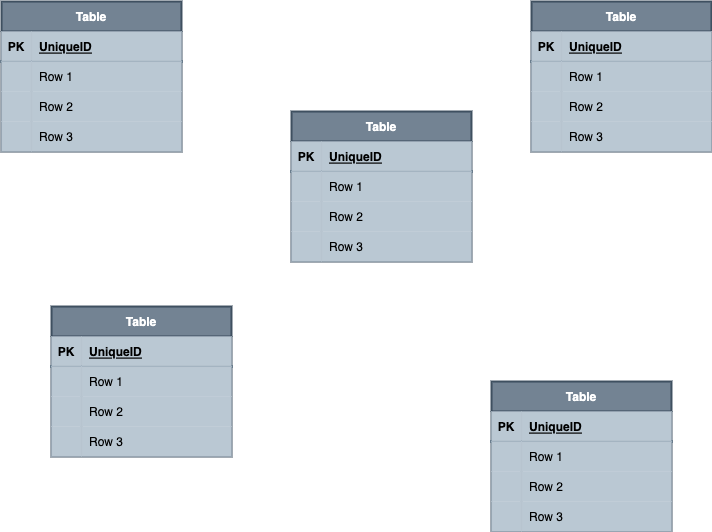
Before: ROTCIN.drawio.png, a diagram exported from draw.io (joyoonsik/ROTCIN_ERD). Source tidied: cells renumbered, new cells last; positions are measured from the earlier drawing's top-left corner, leaving out a move shared by most shapes.
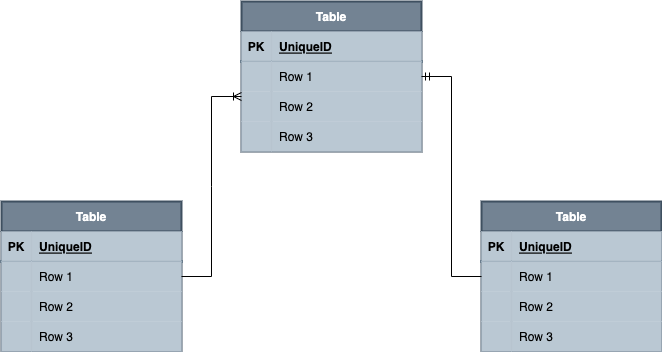
The same diagram one commit later.

Change to the diagram source:
```diff
@@ -41,86 +41,8 @@
     <mxCell id="14" value="Row 3" style="shape=partialRectangle;fillColor=#bac8d3;top=0;left=0;bottom=0;right=0;align=left;spacingLeft=6;overflow=hidden;strokeColor=#23445d;strokeWidth=2;opacity=90;" parent="12" vertex="1">
       <mxGeometry x="30" width="150" height="30" as="geometry" />
     </mxCell>
-    <mxCell id="15" value="Table" style="shape=table;startSize=30;rowLines=0;fontStyle=1;align=center;strokeColor=#314354;strokeWidth=2;fillColor=#647687;opacity=90;fontColor=#ffffff;" parent="1" vertex="1">
-      <mxGeometry width="180" height="150" as="geometry" />
-    </mxCell>
-    <mxCell id="16" style="shape=partialRectangle;fillColor=#bac8d3;top=0;left=0;bottom=1;right=0;strokeColor=#23445d;strokeWidth=2;opacity=90;" parent="15" vertex="1">
-      <mxGeometry y="30" width="180" height="30" as="geometry" />
-    </mxCell>
-    <mxCell id="17" value="PK" style="shape=partialRectangle;fillColor=#bac8d3;top=0;left=0;bottom=0;right=0;fontStyle=1;overflow=hidden;strokeColor=#23445d;strokeWidth=2;opacity=90;" parent="16" vertex="1">
-      <mxGeometry width="30" height="30" as="geometry" />
-    </mxCell>
-    <mxCell id="18" value="UniqueID" style="shape=partialRectangle;fillColor=#bac8d3;top=0;left=0;bottom=0;right=0;align=left;spacingLeft=6;fontStyle=5;overflow=hidden;strokeColor=#23445d;strokeWidth=2;opacity=90;" parent="16" vertex="1">
-      <mxGeometry x="30" width="150" height="30" as="geometry" />
-    </mxCell>
-    <mxCell id="19" style="shape=partialRectangle;fillColor=#bac8d3;top=0;left=0;bottom=0;right=0;strokeColor=#23445d;strokeWidth=2;opacity=90;" parent="15" vertex="1">
-      <mxGeometry y="60" width="180" height="30" as="geometry" />
-    </mxCell>
-    <mxCell id="20" style="shape=partialRectangle;fillColor=#bac8d3;top=0;left=0;bottom=0;right=0;overflow=hidden;strokeColor=#23445d;strokeWidth=2;opacity=90;" parent="19" vertex="1">
-      <mxGeometry width="30" height="30" as="geometry" />
-    </mxCell>
-    <mxCell id="21" value="Row 1" style="shape=partialRectangle;fillColor=#bac8d3;top=0;left=0;bottom=0;right=0;align=left;spacingLeft=6;overflow=hidden;strokeColor=#23445d;strokeWidth=2;opacity=90;" parent="19" vertex="1">
-      <mxGeometry x="30" width="150" height="30" as="geometry" />
-    </mxCell>
-    <mxCell id="22" style="shape=partialRectangle;fillColor=#bac8d3;top=0;left=0;bottom=0;right=0;strokeColor=#23445d;strokeWidth=2;opacity=90;" parent="15" vertex="1">
-      <mxGeometry y="90" width="180" height="30" as="geometry" />
-    </mxCell>
-    <mxCell id="23" style="shape=partialRectangle;fillColor=#bac8d3;top=0;left=0;bottom=0;right=0;overflow=hidden;strokeColor=#23445d;strokeWidth=2;opacity=90;" parent="22" vertex="1">
-      <mxGeometry width="30" height="30" as="geometry" />
-    </mxCell>
-    <mxCell id="24" value="Row 2" style="shape=partialRectangle;fillColor=#bac8d3;top=0;left=0;bottom=0;right=0;align=left;spacingLeft=6;overflow=hidden;strokeColor=#23445d;strokeWidth=2;opacity=90;" parent="22" vertex="1">
-      <mxGeometry x="30" width="150" height="30" as="geometry" />
-    </mxCell>
-    <mxCell id="25" style="shape=partialRectangle;fillColor=#bac8d3;top=0;left=0;bottom=0;right=0;strokeColor=#23445d;strokeWidth=2;opacity=90;" parent="15" vertex="1">
-      <mxGeometry y="120" width="180" height="30" as="geometry" />
-    </mxCell>
-    <mxCell id="26" style="shape=partialRectangle;fillColor=#bac8d3;top=0;left=0;bottom=0;right=0;overflow=hidden;strokeColor=#23445d;strokeWidth=2;opacity=90;" parent="25" vertex="1">
-      <mxGeometry width="30" height="30" as="geometry" />
-    </mxCell>
-    <mxCell id="27" value="Row 3" style="shape=partialRectangle;fillColor=#bac8d3;top=0;left=0;bottom=0;right=0;align=left;spacingLeft=6;overflow=hidden;strokeColor=#23445d;strokeWidth=2;opacity=90;" parent="25" vertex="1">
-      <mxGeometry x="30" width="150" height="30" as="geometry" />
-    </mxCell>
-    <mxCell id="28" value="Table" style="shape=table;startSize=30;rowLines=0;fontStyle=1;align=center;strokeColor=#314354;strokeWidth=2;fillColor=#647687;opacity=90;fontColor=#ffffff;" parent="1" vertex="1">
-      <mxGeometry x="530" width="180" height="150" as="geometry" />
-    </mxCell>
-    <mxCell id="29" style="shape=partialRectangle;fillColor=#bac8d3;top=0;left=0;bottom=1;right=0;strokeColor=#23445d;strokeWidth=2;opacity=90;" parent="28" vertex="1">
-      <mxGeometry y="30" width="180" height="30" as="geometry" />
-    </mxCell>
-    <mxCell id="30" value="PK" style="shape=partialRectangle;fillColor=#bac8d3;top=0;left=0;bottom=0;right=0;fontStyle=1;overflow=hidden;strokeColor=#23445d;strokeWidth=2;opacity=90;" parent="29" vertex="1">
-      <mxGeometry width="30" height="30" as="geometry" />
-    </mxCell>
-    <mxCell id="31" value="UniqueID" style="shape=partialRectangle;fillColor=#bac8d3;top=0;left=0;bottom=0;right=0;align=left;spacingLeft=6;fontStyle=5;overflow=hidden;strokeColor=#23445d;strokeWidth=2;opacity=90;" parent="29" vertex="1">
-      <mxGeometry x="30" width="150" height="30" as="geometry" />
-    </mxCell>
-    <mxCell id="32" style="shape=partialRectangle;fillColor=#bac8d3;top=0;left=0;bottom=0;right=0;strokeColor=#23445d;strokeWidth=2;opacity=90;" parent="28" vertex="1">
-      <mxGeometry y="60" width="180" height="30" as="geometry" />
-    </mxCell>
-    <mxCell id="33" style="shape=partialRectangle;fillColor=#bac8d3;top=0;left=0;bottom=0;right=0;overflow=hidden;strokeColor=#23445d;strokeWidth=2;opacity=90;" parent="32" vertex="1">
-      <mxGeometry width="30" height="30" as="geometry" />
-    </mxCell>
-    <mxCell id="34" value="Row 1" style="shape=partialRectangle;fillColor=#bac8d3;top=0;left=0;bottom=0;right=0;align=left;spacingLeft=6;overflow=hidden;strokeColor=#23445d;strokeWidth=2;opacity=90;" parent="32" vertex="1">
-      <mxGeometry x="30" width="150" height="30" as="geometry" />
-    </mxCell>
-    <mxCell id="35" style="shape=partialRectangle;fillColor=#bac8d3;top=0;left=0;bottom=0;right=0;strokeColor=#23445d;strokeWidth=2;opacity=90;" parent="28" vertex="1">
-      <mxGeometry y="90" width="180" height="30" as="geometry" />
-    </mxCell>
-    <mxCell id="36" style="shape=partialRectangle;fillColor=#bac8d3;top=0;left=0;bottom=0;right=0;overflow=hidden;strokeColor=#23445d;strokeWidth=2;opacity=90;" parent="35" vertex="1">
-      <mxGeometry width="30" height="30" as="geometry" />
-    </mxCell>
-    <mxCell id="37" value="Row 2" style="shape=partialRectangle;fillColor=#bac8d3;top=0;left=0;bottom=0;right=0;align=left;spacingLeft=6;overflow=hidden;strokeColor=#23445d;strokeWidth=2;opacity=90;" parent="35" vertex="1">
-      <mxGeometry x="30" width="150" height="30" as="geometry" />
-    </mxCell>
-    <mxCell id="38" style="shape=partialRectangle;fillColor=#bac8d3;top=0;left=0;bottom=0;right=0;strokeColor=#23445d;strokeWidth=2;opacity=90;" parent="28" vertex="1">
-      <mxGeometry y="120" width="180" height="30" as="geometry" />
-    </mxCell>
-    <mxCell id="39" style="shape=partialRectangle;fillColor=#bac8d3;top=0;left=0;bottom=0;right=0;overflow=hidden;strokeColor=#23445d;strokeWidth=2;opacity=90;" parent="38" vertex="1">
-      <mxGeometry width="30" height="30" as="geometry" />
-    </mxCell>
-    <mxCell id="40" value="Row 3" style="shape=partialRectangle;fillColor=#bac8d3;top=0;left=0;bottom=0;right=0;align=left;spacingLeft=6;overflow=hidden;strokeColor=#23445d;strokeWidth=2;opacity=90;" parent="38" vertex="1">
-      <mxGeometry x="30" width="150" height="30" as="geometry" />
-    </mxCell>
     <mxCell id="41" value="Table" style="shape=table;startSize=30;rowLines=0;fontStyle=1;align=center;strokeColor=#314354;strokeWidth=2;fillColor=#647687;opacity=90;fontColor=#ffffff;" parent="1" vertex="1">
-      <mxGeometry x="50" y="305" width="180" height="150" as="geometry" />
+      <mxGeometry x="50" y="310" width="180" height="150" as="geometry" />
     </mxCell>
     <mxCell id="42" style="shape=partialRectangle;fillColor=#bac8d3;top=0;left=0;bottom=1;right=0;strokeColor=#23445d;strokeWidth=2;opacity=90;" parent="41" vertex="1">
       <mxGeometry y="30" width="180" height="30" as="geometry" />
@@ -159,7 +81,7 @@
       <mxGeometry x="30" width="150" height="30" as="geometry" />
     </mxCell>
     <mxCell id="54" value="Table" style="shape=table;startSize=30;rowLines=0;fontStyle=1;align=center;strokeColor=#314354;strokeWidth=2;fillColor=#647687;opacity=90;fontColor=#ffffff;" parent="1" vertex="1">
-      <mxGeometry x="490" y="380" width="180" height="150" as="geometry" />
+      <mxGeometry x="530" y="310" width="180" height="150" as="geometry" />
     </mxCell>
     <mxCell id="55" style="shape=partialRectangle;fillColor=#bac8d3;top=0;left=0;bottom=1;right=0;strokeColor=#23445d;strokeWidth=2;opacity=90;" parent="54" vertex="1">
       <mxGeometry y="30" width="180" height="30" as="geometry" />
@@ -197,5 +119,13 @@
     <mxCell id="66" value="Row 3" style="shape=partialRectangle;fillColor=#bac8d3;top=0;left=0;bottom=0;right=0;align=left;spacingLeft=6;overflow=hidden;strokeColor=#23445d;strokeWidth=2;opacity=90;" parent="64" vertex="1">
       <mxGeometry x="30" width="150" height="30" as="geometry" />
     </mxCell>
+    <mxCell id="67" style="edgeStyle=entityRelationEdgeStyle;fontSize=12;html=1;endArrow=ERoneToMany;rounded=0;exitX=1;exitY=0.5;exitDx=0;exitDy=0;" parent="1" edge="1" source="41">
+      <mxGeometry relative="1" as="geometry">
+        <mxPoint x="290" y="205" as="targetPoint" />
+      </mxGeometry>
+    </mxCell>
+    <mxCell id="68" style="edgeStyle=entityRelationEdgeStyle;fontSize=12;html=1;endArrow=ERmandOne;rounded=0;" parent="1" edge="1" source="54" target="6">
+      <mxGeometry relative="1" as="geometry" />
+    </mxCell>
   </root>
 </mxGraphModel>
```
